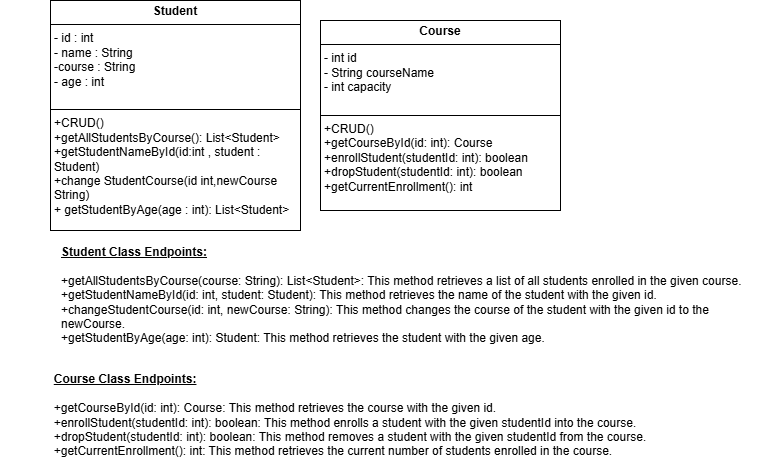
Earlier version of the draw.io export Untitled Diagram.drawio.png (yarstn/Lab7). Source tidied: cells renumbered, new cells last; positions are measured from the earlier drawing's top-left corner, leaving out a move shared by most shapes. Its diagram source:
```xml
<mxGraphModel>
  <root>
    <mxCell id="0" />
    <mxCell id="1" parent="0" />
    <mxCell id="2" value="&lt;p style=&quot;margin:0px;margin-top:4px;text-align:center;&quot;&gt;&lt;b&gt;Course&lt;/b&gt;&lt;/p&gt;&lt;hr size=&quot;1&quot; style=&quot;border-style:solid;&quot;&gt;&lt;p style=&quot;margin:0px;margin-left:4px;&quot;&gt;- int id&lt;/p&gt;&lt;p style=&quot;margin:0px;margin-left:4px;&quot;&gt;- String courseName&lt;/p&gt;&lt;p style=&quot;margin:0px;margin-left:4px;&quot;&gt;- int capacity&lt;/p&gt;&lt;p style=&quot;margin:0px;margin-left:4px;&quot;&gt;&lt;br&gt;&lt;/p&gt;&lt;hr size=&quot;1&quot; style=&quot;border-style:solid;&quot;&gt;&lt;p style=&quot;margin:0px;margin-left:4px;&quot;&gt;+CRUD()&lt;/p&gt;&lt;p style=&quot;margin:0px;margin-left:4px;&quot;&gt;+getCourseById(id: int): Course&lt;/p&gt;&lt;p style=&quot;margin:0px;margin-left:4px;&quot;&gt;+enrollStudent(studentId: int): boolean&lt;/p&gt;&lt;p style=&quot;margin:0px;margin-left:4px;&quot;&gt;+dropStudent(studentId: int): boolean&lt;/p&gt;&lt;p style=&quot;margin:0px;margin-left:4px;&quot;&gt;+getCurrentEnrollment(): int&lt;/p&gt;&lt;div&gt;&lt;br&gt;&lt;/div&gt;&lt;div&gt;&lt;br&gt;&lt;/div&gt;&lt;div&gt;&lt;br&gt;&lt;/div&gt;&lt;div&gt;&lt;br&gt;&lt;/div&gt;&lt;div&gt;&lt;br&gt;&lt;/div&gt;" style="verticalAlign=top;align=left;overflow=fill;html=1;whiteSpace=wrap;" parent="1" vertex="1">
      <mxGeometry x="320" y="20" width="240" height="190" as="geometry" />
    </mxCell>
    <mxCell id="3" value="&lt;p style=&quot;margin:0px;margin-top:4px;text-align:center;&quot;&gt;&lt;b&gt;Student&lt;/b&gt;&lt;/p&gt;&lt;hr size=&quot;1&quot; style=&quot;border-style:solid;&quot;&gt;&lt;p style=&quot;margin:0px;margin-left:4px;&quot;&gt;- id : int&lt;/p&gt;&lt;p style=&quot;margin:0px;margin-left:4px;&quot;&gt;- name : String&lt;/p&gt;&lt;p style=&quot;margin:0px;margin-left:4px;&quot;&gt;-course : String&lt;/p&gt;&lt;p style=&quot;margin:0px;margin-left:4px;&quot;&gt;- age : int&lt;/p&gt;&lt;p style=&quot;margin:0px;margin-left:4px;&quot;&gt;&lt;br&gt;&lt;/p&gt;&lt;hr size=&quot;1&quot; style=&quot;border-style:solid;&quot;&gt;&lt;p style=&quot;margin:0px;margin-left:4px;&quot;&gt;+CRUD()&lt;/p&gt;&lt;p style=&quot;margin:0px;margin-left:4px;&quot;&gt;+getAllStudentsByCourse(): List&amp;lt;Student&amp;gt;&lt;/p&gt;&lt;p style=&quot;margin:0px;margin-left:4px;&quot;&gt;+getStudentNameById(id:int , student : Student)&lt;/p&gt;&lt;p style=&quot;margin:0px;margin-left:4px;&quot;&gt;+change StudentCourse(id int,newCourse String)&lt;/p&gt;&lt;p style=&quot;margin:0px;margin-left:4px;&quot;&gt;+ getStudentByAge(age : int):&amp;nbsp;&lt;span style=&quot;background-color: initial;&quot;&gt;List&amp;lt;Student&amp;gt;&lt;/span&gt;&lt;/p&gt;&lt;div&gt;&lt;br&gt;&lt;/div&gt;&lt;div&gt;&lt;br&gt;&lt;/div&gt;&lt;div&gt;&lt;br&gt;&lt;/div&gt;&lt;div&gt;&lt;br&gt;&lt;/div&gt;" style="verticalAlign=top;align=left;overflow=fill;html=1;whiteSpace=wrap;" parent="1" vertex="1">
      <mxGeometry x="50" width="250" height="230" as="geometry" />
    </mxCell>
    <mxCell id="4" value="&lt;div style=&quot;text-align: left;&quot;&gt;&lt;span style=&quot;background-color: initial;&quot;&gt;&lt;b&gt;&lt;u&gt;Student Class Endpoints:&lt;/u&gt;&lt;/b&gt;&lt;/span&gt;&lt;/div&gt;&lt;div style=&quot;text-align: left;&quot;&gt;&lt;span style=&quot;background-color: initial;&quot;&gt;&lt;b&gt;&lt;u&gt;&lt;br&gt;&lt;/u&gt;&lt;/b&gt;&lt;/span&gt;&lt;/div&gt;&lt;div style=&quot;text-align: left;&quot;&gt;+getAllStudentsByCourse(course: String): List&amp;lt;Student&amp;gt;: This method retrieves a list of all students enrolled in the given course.&lt;br&gt;&lt;/div&gt;&lt;div style=&quot;text-align: left;&quot;&gt;+getStudentNameById(id: int, student: Student): This method retrieves the name of the student with the given id.&lt;br&gt;&lt;/div&gt;&lt;div style=&quot;text-align: left;&quot;&gt;+changeStudentCourse(id: int, newCourse: String): This method changes the course of the student with the given id to the newCourse.&lt;br&gt;&lt;/div&gt;&lt;div style=&quot;text-align: left;&quot;&gt;+getStudentByAge(age: int): Student: This method retrieves the student with the given age.&lt;br&gt;&lt;/div&gt;" style="text;html=1;align=center;verticalAlign=middle;whiteSpace=wrap;rounded=0;" parent="1" vertex="1">
      <mxGeometry x="60" y="240" width="700" height="110" as="geometry" />
    </mxCell>
    <mxCell id="5" value="&lt;div style=&quot;text-align: left;&quot;&gt;&lt;span style=&quot;background-color: initial;&quot;&gt;&lt;b&gt;&lt;u&gt;Course Class Endpoints:&lt;/u&gt;&lt;/b&gt;&lt;/span&gt;&lt;/div&gt;&lt;div style=&quot;text-align: left;&quot;&gt;&lt;span style=&quot;background-color: initial;&quot;&gt;&lt;b&gt;&lt;u&gt;&lt;br&gt;&lt;/u&gt;&lt;/b&gt;&lt;/span&gt;&lt;/div&gt;&lt;div style=&quot;text-align: left;&quot;&gt;&lt;span style=&quot;background-color: initial;&quot;&gt;+getCourseById(id: int): Course: This method retrieves the course with the given id.&lt;/span&gt;&lt;/div&gt;&lt;div style=&quot;text-align: left;&quot;&gt;&lt;span style=&quot;background-color: initial;&quot;&gt;+enrollStudent(studentId: int): boolean: This method enrolls a student with the given studentId into the course.&lt;/span&gt;&lt;/div&gt;&lt;div style=&quot;text-align: left;&quot;&gt;&lt;span style=&quot;background-color: initial;&quot;&gt;+dropStudent(studentId: int): boolean: This method removes a student with the given studentId from the course.&lt;/span&gt;&lt;/div&gt;&lt;div style=&quot;text-align: left;&quot;&gt;+getCurrentEnrollment(): int: This method retrieves the current number of students enrolled in the course.&lt;br&gt;&lt;/div&gt;" style="text;html=1;align=center;verticalAlign=middle;whiteSpace=wrap;rounded=0;" parent="1" vertex="1">
      <mxGeometry y="360" width="700" height="110" as="geometry" />
    </mxCell>
  </root>
</mxGraphModel>
```
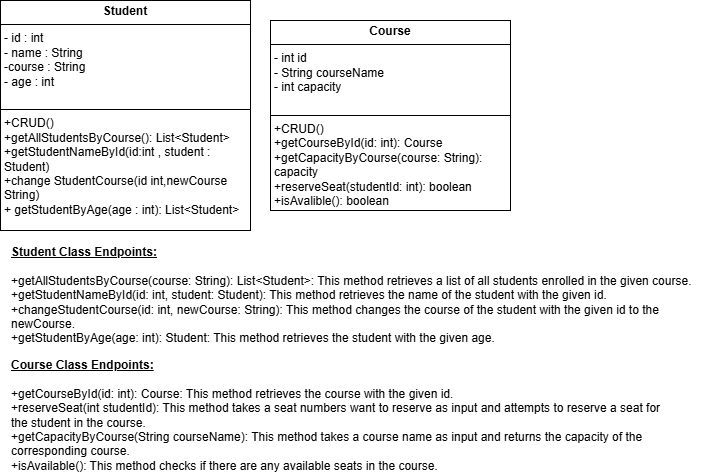
The same diagram one commit later.

The edit, as a diff of the source:
```diff
@@ -2,7 +2,7 @@
   <root>
     <mxCell id="0" />
     <mxCell id="1" parent="0" />
-    <mxCell id="2" value="&lt;p style=&quot;margin:0px;margin-top:4px;text-align:center;&quot;&gt;&lt;b&gt;Course&lt;/b&gt;&lt;/p&gt;&lt;hr size=&quot;1&quot; style=&quot;border-style:solid;&quot;&gt;&lt;p style=&quot;margin:0px;margin-left:4px;&quot;&gt;- int id&lt;/p&gt;&lt;p style=&quot;margin:0px;margin-left:4px;&quot;&gt;- String courseName&lt;/p&gt;&lt;p style=&quot;margin:0px;margin-left:4px;&quot;&gt;- int capacity&lt;/p&gt;&lt;p style=&quot;margin:0px;margin-left:4px;&quot;&gt;&lt;br&gt;&lt;/p&gt;&lt;hr size=&quot;1&quot; style=&quot;border-style:solid;&quot;&gt;&lt;p style=&quot;margin:0px;margin-left:4px;&quot;&gt;+CRUD()&lt;/p&gt;&lt;p style=&quot;margin:0px;margin-left:4px;&quot;&gt;+getCourseById(id: int): Course&lt;/p&gt;&lt;p style=&quot;margin:0px;margin-left:4px;&quot;&gt;+enrollStudent(studentId: int): boolean&lt;/p&gt;&lt;p style=&quot;margin:0px;margin-left:4px;&quot;&gt;+dropStudent(studentId: int): boolean&lt;/p&gt;&lt;p style=&quot;margin:0px;margin-left:4px;&quot;&gt;+getCurrentEnrollment(): int&lt;/p&gt;&lt;div&gt;&lt;br&gt;&lt;/div&gt;&lt;div&gt;&lt;br&gt;&lt;/div&gt;&lt;div&gt;&lt;br&gt;&lt;/div&gt;&lt;div&gt;&lt;br&gt;&lt;/div&gt;&lt;div&gt;&lt;br&gt;&lt;/div&gt;" style="verticalAlign=top;align=left;overflow=fill;html=1;whiteSpace=wrap;" parent="1" vertex="1">
+    <mxCell id="2" value="&lt;p style=&quot;margin:0px;margin-top:4px;text-align:center;&quot;&gt;&lt;b&gt;Course&lt;/b&gt;&lt;/p&gt;&lt;hr size=&quot;1&quot; style=&quot;border-style:solid;&quot;&gt;&lt;p style=&quot;margin:0px;margin-left:4px;&quot;&gt;- int id&lt;/p&gt;&lt;p style=&quot;margin:0px;margin-left:4px;&quot;&gt;- String courseName&lt;/p&gt;&lt;p style=&quot;margin:0px;margin-left:4px;&quot;&gt;- int capacity&lt;/p&gt;&lt;p style=&quot;margin:0px;margin-left:4px;&quot;&gt;&lt;br&gt;&lt;/p&gt;&lt;hr size=&quot;1&quot; style=&quot;border-style:solid;&quot;&gt;&lt;p style=&quot;margin:0px;margin-left:4px;&quot;&gt;+CRUD()&lt;/p&gt;&lt;p style=&quot;margin:0px;margin-left:4px;&quot;&gt;+getCourseById(id: int): Course&lt;/p&gt;&lt;p style=&quot;margin:0px;margin-left:4px;&quot;&gt;+getCapacityByCourse(course: String): capacity&lt;/p&gt;&lt;p style=&quot;margin:0px;margin-left:4px;&quot;&gt;+reserveSeat(studentId: int): boolean&lt;/p&gt;&lt;p style=&quot;margin:0px;margin-left:4px;&quot;&gt;+isAvalible():&amp;nbsp;&lt;span style=&quot;background-color: initial;&quot;&gt;boolean&lt;/span&gt;&lt;/p&gt;&lt;div&gt;&lt;br&gt;&lt;/div&gt;&lt;div&gt;&lt;br&gt;&lt;/div&gt;&lt;div&gt;&lt;br&gt;&lt;/div&gt;&lt;div&gt;&lt;br&gt;&lt;/div&gt;&lt;div&gt;&lt;br&gt;&lt;/div&gt;" style="verticalAlign=top;align=left;overflow=fill;html=1;whiteSpace=wrap;" parent="1" vertex="1">
       <mxGeometry x="320" y="20" width="240" height="190" as="geometry" />
     </mxCell>
     <mxCell id="3" value="&lt;p style=&quot;margin:0px;margin-top:4px;text-align:center;&quot;&gt;&lt;b&gt;Student&lt;/b&gt;&lt;/p&gt;&lt;hr size=&quot;1&quot; style=&quot;border-style:solid;&quot;&gt;&lt;p style=&quot;margin:0px;margin-left:4px;&quot;&gt;- id : int&lt;/p&gt;&lt;p style=&quot;margin:0px;margin-left:4px;&quot;&gt;- name : String&lt;/p&gt;&lt;p style=&quot;margin:0px;margin-left:4px;&quot;&gt;-course : String&lt;/p&gt;&lt;p style=&quot;margin:0px;margin-left:4px;&quot;&gt;- age : int&lt;/p&gt;&lt;p style=&quot;margin:0px;margin-left:4px;&quot;&gt;&lt;br&gt;&lt;/p&gt;&lt;hr size=&quot;1&quot; style=&quot;border-style:solid;&quot;&gt;&lt;p style=&quot;margin:0px;margin-left:4px;&quot;&gt;+CRUD()&lt;/p&gt;&lt;p style=&quot;margin:0px;margin-left:4px;&quot;&gt;+getAllStudentsByCourse(): List&amp;lt;Student&amp;gt;&lt;/p&gt;&lt;p style=&quot;margin:0px;margin-left:4px;&quot;&gt;+getStudentNameById(id:int , student : Student)&lt;/p&gt;&lt;p style=&quot;margin:0px;margin-left:4px;&quot;&gt;+change StudentCourse(id int,newCourse String)&lt;/p&gt;&lt;p style=&quot;margin:0px;margin-left:4px;&quot;&gt;+ getStudentByAge(age : int):&amp;nbsp;&lt;span style=&quot;background-color: initial;&quot;&gt;List&amp;lt;Student&amp;gt;&lt;/span&gt;&lt;/p&gt;&lt;div&gt;&lt;br&gt;&lt;/div&gt;&lt;div&gt;&lt;br&gt;&lt;/div&gt;&lt;div&gt;&lt;br&gt;&lt;/div&gt;&lt;div&gt;&lt;br&gt;&lt;/div&gt;" style="verticalAlign=top;align=left;overflow=fill;html=1;whiteSpace=wrap;" parent="1" vertex="1">
@@ -11,8 +11,8 @@
     <mxCell id="4" value="&lt;div style=&quot;text-align: left;&quot;&gt;&lt;span style=&quot;background-color: initial;&quot;&gt;&lt;b&gt;&lt;u&gt;Student Class Endpoints:&lt;/u&gt;&lt;/b&gt;&lt;/span&gt;&lt;/div&gt;&lt;div style=&quot;text-align: left;&quot;&gt;&lt;span style=&quot;background-color: initial;&quot;&gt;&lt;b&gt;&lt;u&gt;&lt;br&gt;&lt;/u&gt;&lt;/b&gt;&lt;/span&gt;&lt;/div&gt;&lt;div style=&quot;text-align: left;&quot;&gt;+getAllStudentsByCourse(course: String): List&amp;lt;Student&amp;gt;: This method retrieves a list of all students enrolled in the given course.&lt;br&gt;&lt;/div&gt;&lt;div style=&quot;text-align: left;&quot;&gt;+getStudentNameById(id: int, student: Student): This method retrieves the name of the student with the given id.&lt;br&gt;&lt;/div&gt;&lt;div style=&quot;text-align: left;&quot;&gt;+changeStudentCourse(id: int, newCourse: String): This method changes the course of the student with the given id to the newCourse.&lt;br&gt;&lt;/div&gt;&lt;div style=&quot;text-align: left;&quot;&gt;+getStudentByAge(age: int): Student: This method retrieves the student with the given age.&lt;br&gt;&lt;/div&gt;" style="text;html=1;align=center;verticalAlign=middle;whiteSpace=wrap;rounded=0;" parent="1" vertex="1">
       <mxGeometry x="60" y="240" width="700" height="110" as="geometry" />
     </mxCell>
-    <mxCell id="5" value="&lt;div style=&quot;text-align: left;&quot;&gt;&lt;span style=&quot;background-color: initial;&quot;&gt;&lt;b&gt;&lt;u&gt;Course Class Endpoints:&lt;/u&gt;&lt;/b&gt;&lt;/span&gt;&lt;/div&gt;&lt;div style=&quot;text-align: left;&quot;&gt;&lt;span style=&quot;background-color: initial;&quot;&gt;&lt;b&gt;&lt;u&gt;&lt;br&gt;&lt;/u&gt;&lt;/b&gt;&lt;/span&gt;&lt;/div&gt;&lt;div style=&quot;text-align: left;&quot;&gt;&lt;span style=&quot;background-color: initial;&quot;&gt;+getCourseById(id: int): Course: This method retrieves the course with the given id.&lt;/span&gt;&lt;/div&gt;&lt;div style=&quot;text-align: left;&quot;&gt;&lt;span style=&quot;background-color: initial;&quot;&gt;+enrollStudent(studentId: int): boolean: This method enrolls a student with the given studentId into the course.&lt;/span&gt;&lt;/div&gt;&lt;div style=&quot;text-align: left;&quot;&gt;&lt;span style=&quot;background-color: initial;&quot;&gt;+dropStudent(studentId: int): boolean: This method removes a student with the given studentId from the course.&lt;/span&gt;&lt;/div&gt;&lt;div style=&quot;text-align: left;&quot;&gt;+getCurrentEnrollment(): int: This method retrieves the current number of students enrolled in the course.&lt;br&gt;&lt;/div&gt;" style="text;html=1;align=center;verticalAlign=middle;whiteSpace=wrap;rounded=0;" parent="1" vertex="1">
-      <mxGeometry y="360" width="700" height="110" as="geometry" />
+    <mxCell id="5" value="&lt;div style=&quot;text-align: left;&quot;&gt;&lt;span style=&quot;background-color: initial;&quot;&gt;&lt;b&gt;&lt;u&gt;Course Class Endpoints:&lt;/u&gt;&lt;/b&gt;&lt;/span&gt;&lt;/div&gt;&lt;div style=&quot;text-align: left;&quot;&gt;&lt;span style=&quot;background-color: initial;&quot;&gt;&lt;b&gt;&lt;u&gt;&lt;br&gt;&lt;/u&gt;&lt;/b&gt;&lt;/span&gt;&lt;/div&gt;&lt;div style=&quot;text-align: left;&quot;&gt;&lt;span style=&quot;background-color: initial;&quot;&gt;+getCourseById(id: int): Course: This method retrieves the course with the given id.&lt;/span&gt;&lt;/div&gt;&lt;div style=&quot;text-align: left;&quot;&gt;&lt;span style=&quot;background-color: initial; text-align: center;&quot;&gt;+reserveSeat(int studentId): This method takes a seat numbers want to reserve as input and attempts to reserve a seat for the student in the course.&lt;/span&gt;&lt;/div&gt;&lt;div style=&quot;text-align: left;&quot;&gt;&lt;span style=&quot;background-color: initial; text-align: center;&quot;&gt;+getCapacityByCourse(String courseName): This method takes a course name as input and returns the capacity of the corresponding course.&lt;/span&gt;&lt;/div&gt;&lt;div style=&quot;text-align: left;&quot;&gt;+isAvailable(): This method checks if there are any available seats in the course.&lt;br&gt;&lt;/div&gt;" style="text;html=1;align=center;verticalAlign=middle;whiteSpace=wrap;rounded=0;" parent="1" vertex="1">
+      <mxGeometry x="60" y="360" width="670" height="110" as="geometry" />
     </mxCell>
   </root>
 </mxGraphModel>
```
